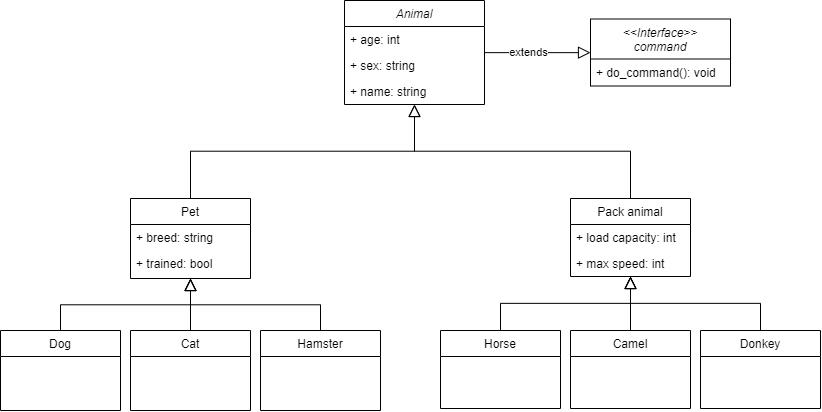
AlexandrYodaXD/Final-test-on-the-specialization-block keeps this draw.io diagram as diagram part/diagram.png. Above is the earlier version. Source tidied: cells renumbered, new cells last; positions are measured from the earlier drawing's top-left corner, leaving out a move shared by most shapes. Its diagram source:
```xml
<mxGraphModel>
  <root>
    <mxCell id="0" />
    <mxCell id="1" parent="0" />
    <mxCell id="2" value="Animal" style="swimlane;fontStyle=2;align=center;verticalAlign=top;horizontal=1;startSize=26;rounded=0;shadow=0;strokeWidth=1;" parent="1" vertex="1">
      <mxGeometry x="344" width="140" height="104" as="geometry" />
    </mxCell>
    <mxCell id="3" value="+ age: int" style="text;align=left;verticalAlign=top;spacingLeft=4;spacingRight=4;overflow=hidden;" parent="2" vertex="1">
      <mxGeometry y="26" width="140" height="26" as="geometry" />
    </mxCell>
    <mxCell id="4" value="+ sex: string" style="text;align=left;verticalAlign=top;spacingLeft=4;spacingRight=4;overflow=hidden;rounded=0;shadow=0;html=0;" parent="2" vertex="1">
      <mxGeometry y="52" width="140" height="26" as="geometry" />
    </mxCell>
    <mxCell id="5" value="+ name: string" style="text;align=left;verticalAlign=top;spacingLeft=4;spacingRight=4;overflow=hidden;rounded=0;shadow=0;html=0;" parent="2" vertex="1">
      <mxGeometry y="78" width="140" height="26" as="geometry" />
    </mxCell>
    <mxCell id="6" value="Pet" style="swimlane;fontStyle=0;align=center;verticalAlign=top;horizontal=1;startSize=26;rounded=0;shadow=0;strokeWidth=1;" parent="1" vertex="1">
      <mxGeometry x="130" y="198" width="120" height="80" as="geometry" />
    </mxCell>
    <mxCell id="7" value="+ breed: string" style="text;align=left;verticalAlign=top;spacingLeft=4;spacingRight=4;overflow=hidden;rounded=0;shadow=0;html=0;" parent="6" vertex="1">
      <mxGeometry y="26" width="120" height="26" as="geometry" />
    </mxCell>
    <mxCell id="8" value="+ trained: bool" style="text;align=left;verticalAlign=top;spacingLeft=4;spacingRight=4;overflow=hidden;" parent="6" vertex="1">
      <mxGeometry y="52" width="120" height="26" as="geometry" />
    </mxCell>
    <mxCell id="9" style="endArrow=block;endSize=10;endFill=0;shadow=0;strokeWidth=1;rounded=0;edgeStyle=elbowEdgeStyle;elbow=vertical;" parent="1" edge="1" source="6" target="2">
      <mxGeometry relative="1" as="geometry" />
    </mxCell>
    <mxCell id="10" value="Pack animal" style="swimlane;fontStyle=0;align=center;verticalAlign=top;horizontal=1;startSize=26;rounded=0;shadow=0;strokeWidth=1;" parent="1" vertex="1">
      <mxGeometry x="570" y="198" width="120" height="78" as="geometry" />
    </mxCell>
    <mxCell id="11" value="+ load capacity: int" style="text;align=left;verticalAlign=top;spacingLeft=4;spacingRight=4;overflow=hidden;" parent="10" vertex="1">
      <mxGeometry y="26" width="120" height="26" as="geometry" />
    </mxCell>
    <mxCell id="12" value="+ max speed: int" style="text;align=left;verticalAlign=top;spacingLeft=4;spacingRight=4;overflow=hidden;" parent="10" vertex="1">
      <mxGeometry y="52" width="120" height="26" as="geometry" />
    </mxCell>
    <mxCell id="13" style="endArrow=block;endSize=10;endFill=0;shadow=0;strokeWidth=1;rounded=0;edgeStyle=elbowEdgeStyle;elbow=vertical;" parent="1" edge="1" source="10" target="2">
      <mxGeometry relative="1" as="geometry" />
    </mxCell>
    <mxCell id="14" value="Cat" style="swimlane;fontStyle=0;align=center;verticalAlign=top;horizontal=1;startSize=26;rounded=0;shadow=0;strokeWidth=1;" parent="1" vertex="1">
      <mxGeometry x="130" y="330" width="120" height="80" as="geometry" />
    </mxCell>
    <mxCell id="15" value="Hamster" style="swimlane;fontStyle=0;align=center;verticalAlign=top;horizontal=1;startSize=26;rounded=0;shadow=0;strokeWidth=1;" parent="1" vertex="1">
      <mxGeometry x="260" y="330" width="120" height="80" as="geometry" />
    </mxCell>
    <mxCell id="16" value="Dog" style="swimlane;fontStyle=0;align=center;verticalAlign=top;horizontal=1;startSize=26;rounded=0;shadow=0;strokeWidth=1;" parent="1" vertex="1">
      <mxGeometry y="330" width="120" height="80" as="geometry" />
    </mxCell>
    <mxCell id="17" value="Camel" style="swimlane;fontStyle=0;align=center;verticalAlign=top;horizontal=1;startSize=26;rounded=0;shadow=0;strokeWidth=1;" parent="1" vertex="1">
      <mxGeometry x="570" y="330" width="120" height="78" as="geometry" />
    </mxCell>
    <mxCell id="18" value="Horse" style="swimlane;fontStyle=0;align=center;verticalAlign=top;horizontal=1;startSize=26;rounded=0;shadow=0;strokeWidth=1;" parent="1" vertex="1">
      <mxGeometry x="440" y="330" width="120" height="78" as="geometry" />
    </mxCell>
    <mxCell id="19" value="Donkey" style="swimlane;fontStyle=0;align=center;verticalAlign=top;horizontal=1;startSize=26;rounded=0;shadow=0;strokeWidth=1;" parent="1" vertex="1">
      <mxGeometry x="700" y="330" width="120" height="78" as="geometry" />
    </mxCell>
    <mxCell id="20" style="endArrow=block;endSize=10;endFill=0;shadow=0;strokeWidth=1;rounded=0;edgeStyle=elbowEdgeStyle;elbow=vertical;exitX=0.5;exitY=0;exitDx=0;exitDy=0;exitPerimeter=0;" parent="1" edge="1" source="19" target="10">
      <mxGeometry relative="1" as="geometry" />
    </mxCell>
    <mxCell id="21" style="endArrow=block;endSize=10;endFill=0;shadow=0;strokeWidth=1;rounded=0;edgeStyle=elbowEdgeStyle;elbow=vertical;exitX=0.5;exitY=0;exitDx=0;exitDy=0;" parent="1" edge="1" source="15" target="6">
      <mxGeometry relative="1" as="geometry" />
    </mxCell>
    <mxCell id="22" style="endArrow=block;endSize=10;endFill=0;shadow=0;strokeWidth=1;rounded=0;edgeStyle=elbowEdgeStyle;elbow=vertical;exitX=0.5;exitY=0;exitDx=0;exitDy=0;" parent="1" edge="1" source="16" target="6">
      <mxGeometry relative="1" as="geometry" />
    </mxCell>
    <mxCell id="23" style="endArrow=block;endSize=10;endFill=0;shadow=0;strokeWidth=1;rounded=0;edgeStyle=elbowEdgeStyle;elbow=vertical;exitX=0.5;exitY=0;exitDx=0;exitDy=0;" parent="1" edge="1" source="14" target="6">
      <mxGeometry relative="1" as="geometry" />
    </mxCell>
    <mxCell id="24" style="endArrow=block;endSize=10;endFill=0;shadow=0;strokeWidth=1;rounded=0;edgeStyle=elbowEdgeStyle;elbow=vertical;" parent="1" edge="1" source="17" target="10">
      <mxGeometry relative="1" as="geometry" />
    </mxCell>
    <mxCell id="25" style="endArrow=block;endSize=10;endFill=0;shadow=0;strokeWidth=1;rounded=0;edgeStyle=elbowEdgeStyle;elbow=vertical;" parent="1" edge="1" source="18" target="10">
      <mxGeometry relative="1" as="geometry" />
    </mxCell>
    <mxCell id="26" value="&lt;&lt;Interface&gt;&gt;&#10;command" style="swimlane;fontStyle=2;align=center;verticalAlign=top;horizontal=1;startSize=40;rounded=0;shadow=0;strokeWidth=1;" parent="1" vertex="1">
      <mxGeometry x="590" y="18.5" width="140" height="67" as="geometry" />
    </mxCell>
    <mxCell id="27" value="+ do_command(): void" style="text;align=left;verticalAlign=top;spacingLeft=4;spacingRight=4;overflow=hidden;" parent="26" vertex="1">
      <mxGeometry y="40" width="140" height="26" as="geometry" />
    </mxCell>
    <mxCell id="28" style="endArrow=block;endSize=10;endFill=0;shadow=0;strokeWidth=1;rounded=0;edgeStyle=elbowEdgeStyle;elbow=vertical;" parent="1" edge="1" source="2" target="26">
      <mxGeometry relative="1" as="geometry" />
    </mxCell>
    <mxCell id="29" value="extends" style="edgeLabel;html=1;align=center;verticalAlign=middle;" parent="28" vertex="1">
      <mxGeometry x="-0.18" y="1" relative="1" as="geometry" />
    </mxCell>
  </root>
</mxGraphModel>
```
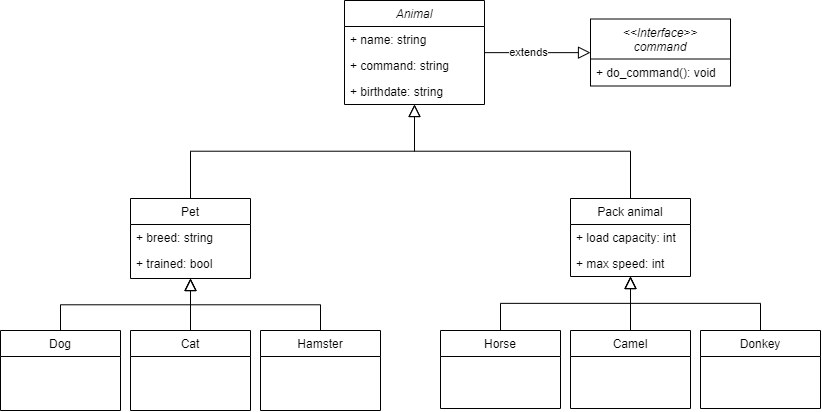
After the commit.

Diff of the diagram source:
```diff
@@ -5,13 +5,13 @@
     <mxCell id="2" value="Animal" style="swimlane;fontStyle=2;align=center;verticalAlign=top;horizontal=1;startSize=26;rounded=0;shadow=0;strokeWidth=1;" parent="1" vertex="1">
       <mxGeometry x="344" width="140" height="104" as="geometry" />
     </mxCell>
-    <mxCell id="3" value="+ age: int" style="text;align=left;verticalAlign=top;spacingLeft=4;spacingRight=4;overflow=hidden;" parent="2" vertex="1">
+    <mxCell id="3" value="+ name: string" style="text;align=left;verticalAlign=top;spacingLeft=4;spacingRight=4;overflow=hidden;" parent="2" vertex="1">
       <mxGeometry y="26" width="140" height="26" as="geometry" />
     </mxCell>
-    <mxCell id="4" value="+ sex: string" style="text;align=left;verticalAlign=top;spacingLeft=4;spacingRight=4;overflow=hidden;rounded=0;shadow=0;html=0;" parent="2" vertex="1">
+    <mxCell id="4" value="+ command: string" style="text;align=left;verticalAlign=top;spacingLeft=4;spacingRight=4;overflow=hidden;rounded=0;shadow=0;html=0;" parent="2" vertex="1">
       <mxGeometry y="52" width="140" height="26" as="geometry" />
     </mxCell>
-    <mxCell id="5" value="+ name: string" style="text;align=left;verticalAlign=top;spacingLeft=4;spacingRight=4;overflow=hidden;rounded=0;shadow=0;html=0;" parent="2" vertex="1">
+    <mxCell id="5" value="+ birthdate: string" style="text;align=left;verticalAlign=top;spacingLeft=4;spacingRight=4;overflow=hidden;rounded=0;shadow=0;html=0;" parent="2" vertex="1">
       <mxGeometry y="78" width="140" height="26" as="geometry" />
     </mxCell>
     <mxCell id="6" value="Pet" style="swimlane;fontStyle=0;align=center;verticalAlign=top;horizontal=1;startSize=26;rounded=0;shadow=0;strokeWidth=1;" parent="1" vertex="1">
```
